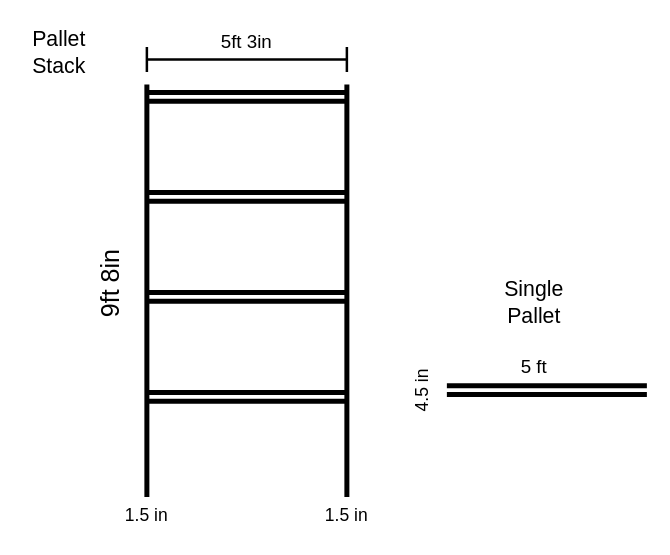
Before: page "Pallet_Stack" (2 of 3) of selma_roots_diagrams.drawio in evanpaddock/Selma_Roots, a draw.io diagram. Source tidied: cells renumbered, new cells numbered last; positions are measured from the earlier drawing's top-left corner, leaving out a move shared by most shapes. Both pictures are drawn from the tidied source at 125%, with x=0, y=0 at pixel (21, 21).
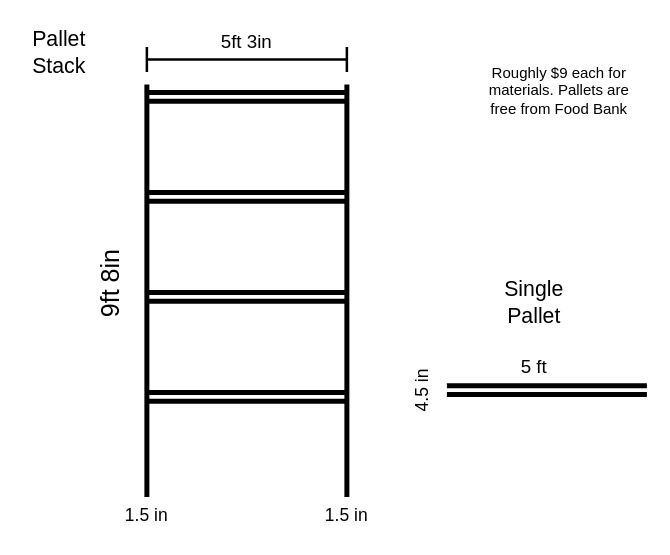
After the change.

Diff of the diagram source:
```diff
@@
+    <mxCell id="19" value="Roughly $9 each for materials. Pallets are free from Food Bank" style="text;html=1;align=center;verticalAlign=middle;whiteSpace=wrap;rounded=0;" parent="1" vertex="1">
+      <mxGeometry x="370" y="20" width="120" height="70" as="geometry" />
+    </mxCell>
```
